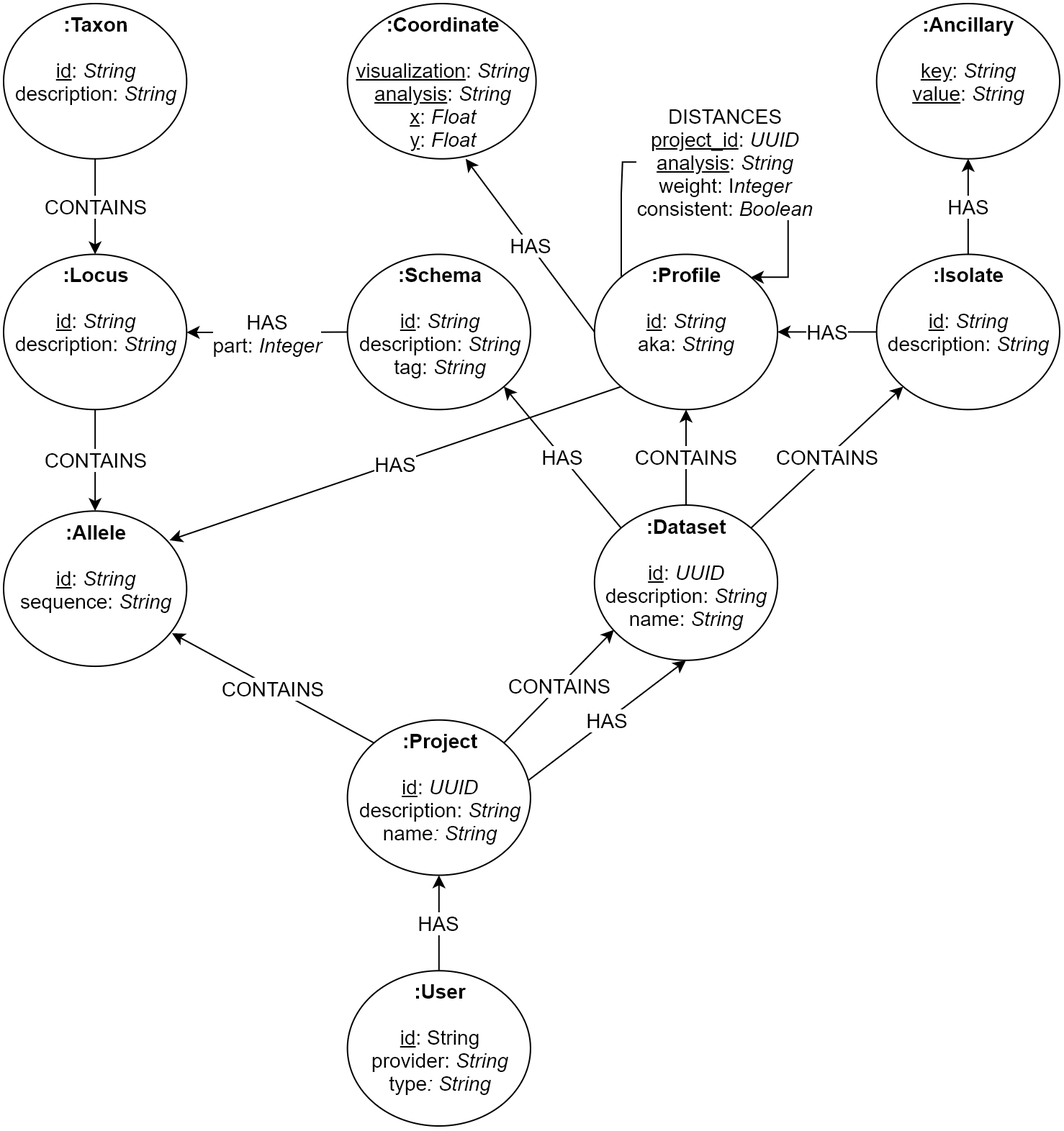
This is docs/data model/graph_model.png from phyloviz/phyloDB, a draw.io export, as it was before one commit. Source tidied: cells renumbered, new cells last; positions are measured from the earlier drawing's top-left corner, leaving out a move shared by most shapes.
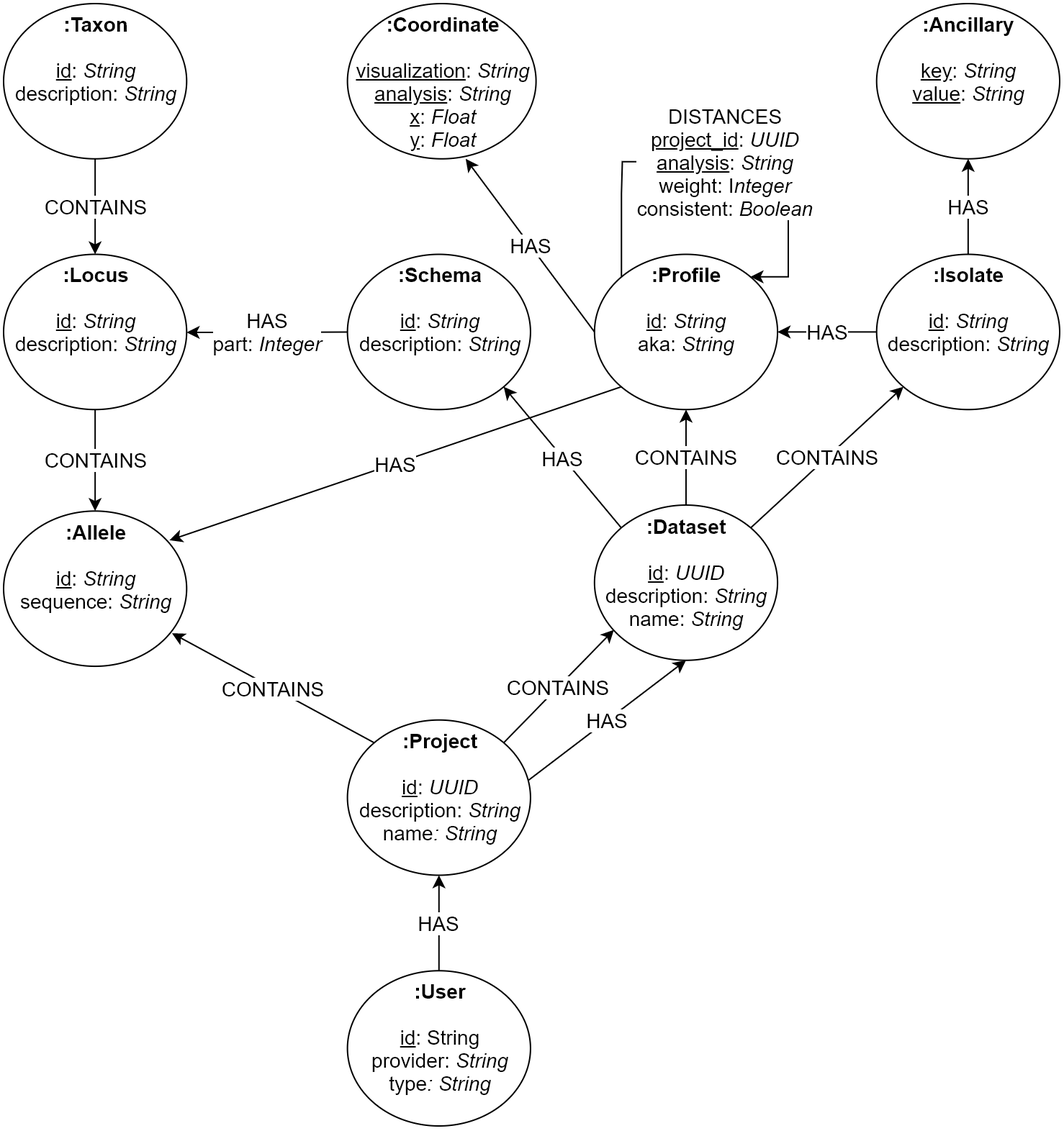
Later version of the same file.

Change to the diagram source:
```diff
@@ -17,7 +17,7 @@
     <mxCell id="6" value="HAS&lt;br style=&quot;font-size: 14px;&quot;&gt;part:&amp;nbsp;&lt;i style=&quot;font-size: 14px;&quot;&gt;Integer&lt;/i&gt;" style="edgeStyle=orthogonalEdgeStyle;rounded=0;jettySize=auto;html=1;exitX=0;exitY=0.5;exitDx=0;exitDy=0;fontSize=14;" parent="2" edge="1" source="7" target="4">
       <mxGeometry relative="1" as="geometry" />
     </mxCell>
-    <mxCell id="7" value="&lt;b style=&quot;font-size: 14px;&quot;&gt;:Schema&lt;/b&gt;&lt;br style=&quot;font-size: 14px;&quot;&gt;&lt;br style=&quot;font-size: 14px;&quot;&gt;&lt;u style=&quot;font-size: 14px;&quot;&gt;id&lt;/u&gt;: &lt;i style=&quot;font-size: 14px;&quot;&gt;String&lt;br style=&quot;font-size: 14px;&quot;&gt;&lt;/i&gt;description:&amp;nbsp;&lt;i style=&quot;font-size: 14px;&quot;&gt;String&lt;/i&gt;&lt;i style=&quot;font-size: 14px;&quot;&gt;&lt;br style=&quot;font-size: 14px;&quot;&gt;&lt;/i&gt;tag: &lt;i style=&quot;font-size: 14px;&quot;&gt;String&lt;br style=&quot;font-size: 14px;&quot;&gt;&lt;/i&gt;&lt;i style=&quot;font-size: 14px;&quot;&gt;&lt;br style=&quot;font-size: 14px;&quot;&gt;&lt;/i&gt;" style="ellipse;whiteSpace=wrap;html=1;fontSize=14;verticalAlign=top;" parent="2" vertex="1">
+    <mxCell id="7" value="&lt;b style=&quot;font-size: 14px&quot;&gt;:Schema&lt;/b&gt;&lt;br style=&quot;font-size: 14px&quot;&gt;&lt;br style=&quot;font-size: 14px&quot;&gt;&lt;u style=&quot;font-size: 14px&quot;&gt;id&lt;/u&gt;: &lt;i style=&quot;font-size: 14px&quot;&gt;String&lt;br style=&quot;font-size: 14px&quot;&gt;&lt;/i&gt;description:&amp;nbsp;&lt;i style=&quot;font-size: 14px&quot;&gt;String&lt;/i&gt;&lt;i style=&quot;font-size: 14px&quot;&gt;&lt;br style=&quot;font-size: 14px&quot;&gt;&lt;/i&gt;&lt;i style=&quot;font-size: 14px&quot;&gt;&lt;br style=&quot;font-size: 14px&quot;&gt;&lt;/i&gt;" style="ellipse;whiteSpace=wrap;html=1;fontSize=14;verticalAlign=top;" parent="2" vertex="1">
       <mxGeometry x="238.8" y="174.3" width="127.1" height="107.9" as="geometry" />
     </mxCell>
     <mxCell id="8" value="&lt;b style=&quot;font-size: 14px;&quot;&gt;:Coordinate&lt;/b&gt;&lt;br style=&quot;font-size: 14px;&quot;&gt;&lt;br style=&quot;font-size: 14px;&quot;&gt;&lt;u style=&quot;font-size: 14px;&quot;&gt;visualization&lt;/u&gt;: &lt;i style=&quot;font-size: 14px;&quot;&gt;String&lt;/i&gt;&lt;br style=&quot;font-size: 14px;&quot;&gt;&lt;u style=&quot;font-size: 14px;&quot;&gt;analysis&lt;/u&gt;: &lt;i style=&quot;font-size: 14px;&quot;&gt;String&lt;br style=&quot;font-size: 14px;&quot;&gt;&lt;/i&gt;&lt;u style=&quot;font-size: 14px;&quot;&gt;x&lt;/u&gt;:&amp;nbsp;&lt;i style=&quot;font-size: 14px;&quot;&gt;Float&lt;/i&gt;&lt;br style=&quot;font-size: 14px;&quot;&gt;&lt;u style=&quot;font-size: 14px;&quot;&gt;y&lt;/u&gt;: &lt;i style=&quot;font-size: 14px;&quot;&gt;Float&lt;br style=&quot;font-size: 14px;&quot;&gt;&lt;/i&gt;&lt;i style=&quot;font-size: 14px;&quot;&gt;&lt;br style=&quot;font-size: 14px;&quot;&gt;&lt;/i&gt;" style="ellipse;whiteSpace=wrap;html=1;fontSize=14;verticalAlign=top;" parent="2" vertex="1">
```
